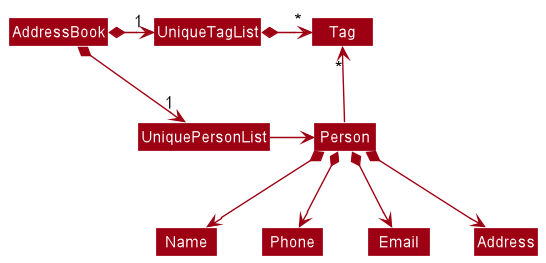
Before: docs/images/BetterModelClassDiagram.png, a diagram exported from PlantUML (nus-cs2103-AY2122S1/tp).
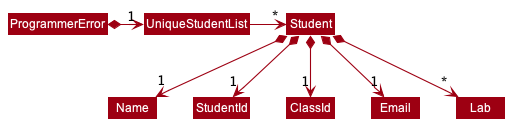
The same diagram one commit later.

Commit message:
Fix up till Model

Diff of the diagram source:
```diff
@@ -4,18 +4,14 @@
 skinparam arrowColor MODEL_COLOR
 skinparam classBackgroundColor MODEL_COLOR
 
-AddressBook *-right-> "1" UniquePersonList
-AddressBook *-right-> "1" UniqueTagList
-UniqueTagList -[hidden]down- UniquePersonList
-UniqueTagList -[hidden]down- UniquePersonList
+ProgrammerError *-right-> "1" UniqueStudentList
 
-UniqueTagList *-right-> "*" Tag
-UniquePersonList -right-> Person
+UniqueStudentList -right-> "*"Student
 
-Person -up-> "*" Tag
+Student *--> "1"Name
+Student *--> "1"StudentId
+Student *--> "1"ClassId
+Student *--> "1"Email
+Student *--> "*"Lab
 
-Person *--> Name
-Person *--> Phone
-Person *--> Email
-Person *--> Address
 @enduml
```
